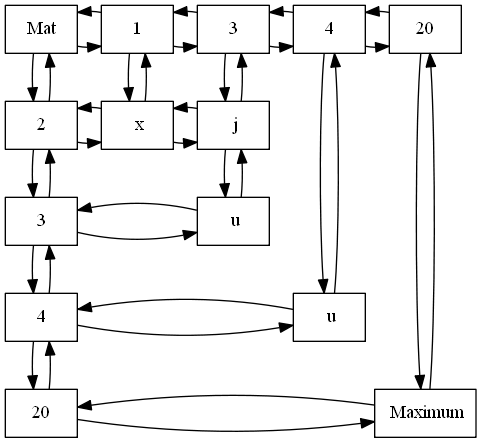
AdriGomez95/EDD_1S2020_PY1_201504236-master keeps this Graphviz diagram as Matriz.png. Above is the earlier version. Its source is kept beside it as Matriz.dot.
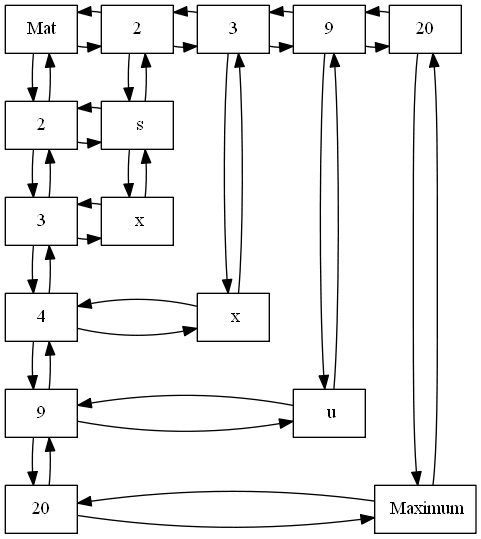
After the change.

What changed in the source:
```diff
@@ -1,57 +1,61 @@
 digraph Matriz {
  node[shape=box];
-"Mat""columna1"[label="1"];
+"Mat""columna2"[label="2"];
 "columna3"[label="3"];
-"columna4"[label="4"];
+"columna9"[label="9"];
 "columna20"[label="20"];
 "fila2"[label="2"]
 "fila3"[label="3"]
 "fila4"[label="4"]
+"fila9"[label="9"]
 "fila20"[label="20"]
-"nodo21"[label=" x"];
-"nodo23"[label=" j"];
-"nodo33"[label=" u"];
-"nodo44"[label=" u"];
+"nodo22"[label=" s"];
+"nodo32"[label=" x"];
+"nodo43"[label=" x"];
+"nodo99"[label=" u"];
 "nodo2020"[label=" Maximum"];
-{rank=min;"Mat";"columna1";"columna3";"columna4";"columna20";};
-{rank=same;"fila2";"nodo21";"nodo23";};
-{rank=same;"fila3";"nodo33";};
-{rank=same;"fila4";"nodo44";};
+{rank=min;"Mat";"columna2";"columna3";"columna9";"columna20";};
+{rank=same;"fila2";"nodo22";};
+{rank=same;"fila3";"nodo32";};
+{rank=same;"fila4";"nodo43";};
+{rank=same;"fila9";"nodo99";};
 {rank=same;"fila20";"nodo2020";};
-"fila2"->"nodo21"[constraint=false];
-"nodo21"->"fila2"[constraint=false];
-"nodo21"->"nodo23"[constraint=false];
-"nodo23"->"nodo21"[constraint=false];
-"fila3"->"nodo33"[constraint=false];
-"nodo33"->"fila3"[constraint=false];
-"fila4"->"nodo44"[constraint=false];
-"nodo44"->"fila4"[constraint=false];
+"fila2"->"nodo22"[constraint=false];
+"nodo22"->"fila2"[constraint=false];
+"fila3"->"nodo32"[constraint=false];
+"nodo32"->"fila3"[constraint=false];
+"fila4"->"nodo43"[constraint=false];
+"nodo43"->"fila4"[constraint=false];
+"fila9"->"nodo99"[constraint=false];
+"nodo99"->"fila9"[constraint=false];
 "fila20"->"nodo2020"[constraint=false];
 "nodo2020"->"fila20"[constraint=false];
-"Mat"->"columna1";
-"columna1"->"Mat";
-"columna1"->"columna3";
-"columna3"->"columna4";
-"columna4"->"columna20";
-"columna20"->"columna4"[constraint=false];
-"columna4"->"columna3"[constraint=false];
-"columna3"->"columna1"[constraint=false];
+"Mat"->"columna2";
+"columna2"->"Mat";
+"columna2"->"columna3";
+"columna3"->"columna9";
+"columna9"->"columna20";
+"columna20"->"columna9"[constraint=false];
+"columna9"->"columna3"[constraint=false];
+"columna3"->"columna2"[constraint=false];
 "Mat"->"fila2"[rankdir=UD];
 "fila2"->"Mat";
 "fila2"->"fila3"[rankdir=UD];
 "fila3"->"fila4"[rankdir=UD];
-"fila4"->"fila20"[rankdir=UD];
-"fila20"->"fila4"[constraint=false];
+"fila4"->"fila9"[rankdir=UD];
+"fila9"->"fila20"[rankdir=UD];
+"fila20"->"fila9"[constraint=false];
+"fila9"->"fila4"[constraint=false];
 "fila4"->"fila3"[constraint=false];
 "fila3"->"fila2"[constraint=false];
-"columna1"->"nodo21"[rankdir=UD];
-"nodo21"->"columna1"[rankdir=UD];
-"columna3"->"nodo23"[rankdir=UD];
-"nodo23"->"columna3"[rankdir=UD];
-"nodo23"->"nodo33"[rankdir=UD];
-"nodo33"->"nodo23"[rankdir=UD];
-"columna4"->"nodo44"[rankdir=UD];
-"nodo44"->"columna4"[rankdir=UD];
+"columna2"->"nodo22"[rankdir=UD];
+"nodo22"->"columna2"[rankdir=UD];
+"nodo22"->"nodo32"[rankdir=UD];
+"nodo32"->"nodo22"[rankdir=UD];
+"columna3"->"nodo43"[rankdir=UD];
+"nodo43"->"columna3"[rankdir=UD];
+"columna9"->"nodo99"[rankdir=UD];
+"nodo99"->"columna9"[rankdir=UD];
 "columna20"->"nodo2020"[rankdir=UD];
 "nodo2020"->"columna20"[rankdir=UD];
 
```
